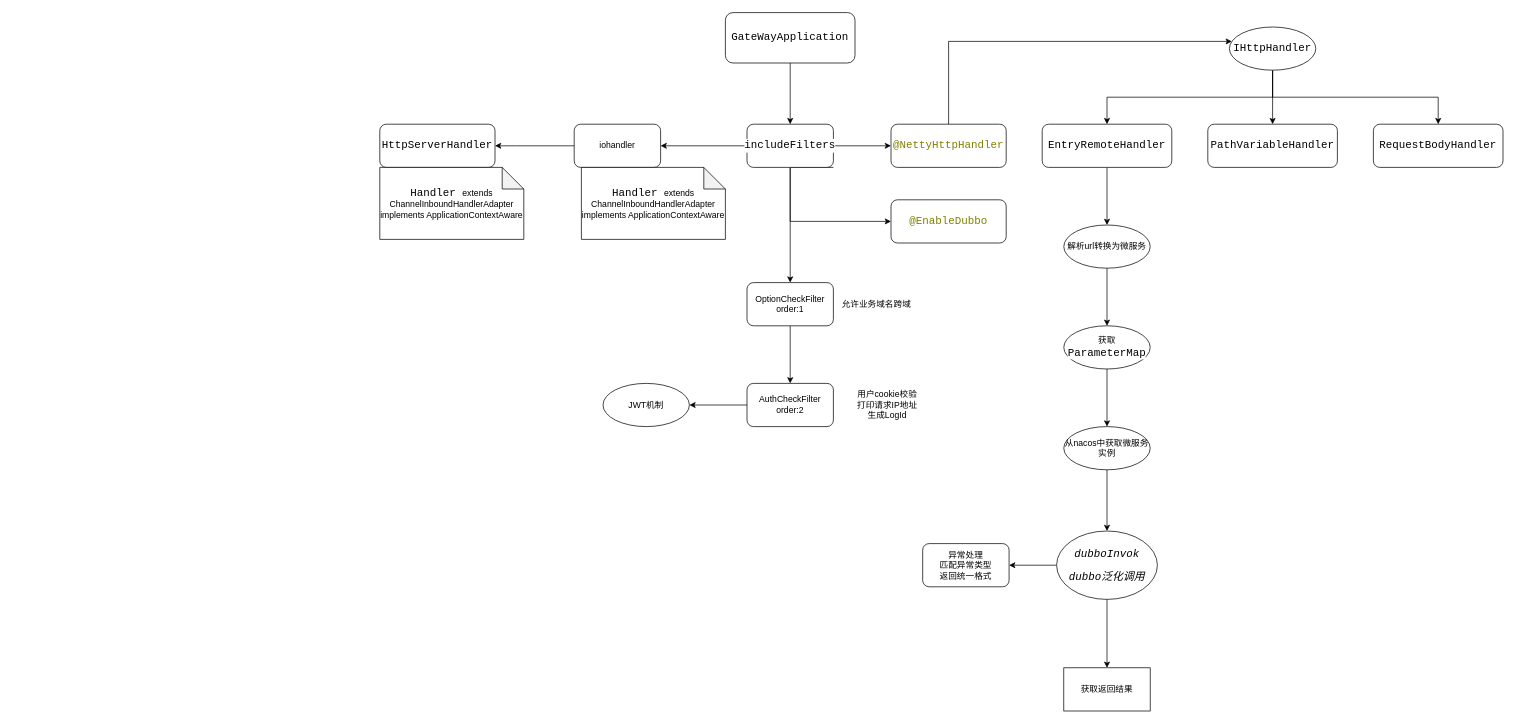
Before: netty gateway.drawio in kojon/draw, a draw.io diagram. Source tidied: cells renumbered, new cells numbered last; positions are measured from the earlier drawing's top-left corner, leaving out a move shared by most shapes. Both pictures are drawn from the tidied source at 72%, with x=0, y=0 at pixel (379, 12).
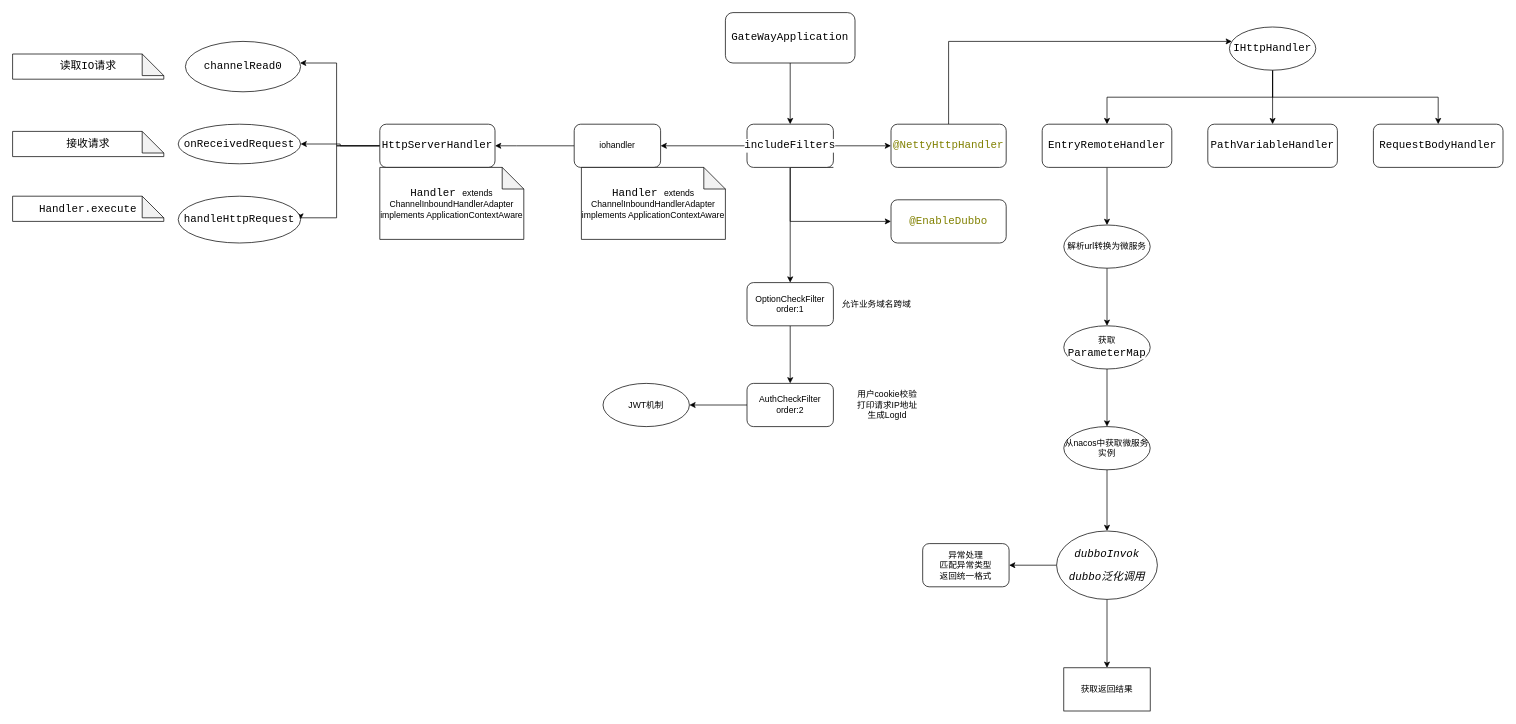
Above is the later version.

The change refers to these unchanged cells:
```xml
<mxCell id="40" value="&lt;pre style=&quot;background-color: rgb(255 , 255 , 255) ; font-family: &amp;#34;jetbrains mono&amp;#34; , monospace ; font-size: 11.3pt&quot;&gt;HttpServerHandler&lt;/pre&gt;" style="whiteSpace=wrap;html=1;rounded=1;" parent="1" vertex="1">
  <mxGeometry y="155" width="160" height="60" as="geometry" />
</mxCell>
```

The edit, as a diff of the source:
```diff
@@
+    <mxCell id="43" style="edgeStyle=orthogonalEdgeStyle;rounded=0;jettySize=auto;html=1;" parent="1" edge="1" source="40" target="46">
+      <mxGeometry relative="1" as="geometry">
+        <Array as="points">
+          <mxPoint x="-60" y="185" />
+          <mxPoint x="-60" y="70" />
+        </Array>
+      </mxGeometry>
+    </mxCell>
+    <mxCell id="44" style="edgeStyle=orthogonalEdgeStyle;rounded=0;jettySize=auto;html=1;exitX=0;exitY=0.5;exitDx=0;exitDy=0;entryX=1;entryY=0.5;entryDx=0;entryDy=0;" parent="1" edge="1" source="40" target="47">
+      <mxGeometry relative="1" as="geometry" />
+    </mxCell>
+    <mxCell id="45" style="edgeStyle=orthogonalEdgeStyle;rounded=0;jettySize=auto;html=1;exitX=0;exitY=0.5;exitDx=0;exitDy=0;entryX=1;entryY=0.5;entryDx=0;entryDy=0;" parent="1" edge="1" source="40" target="48">
+      <mxGeometry relative="1" as="geometry">
+        <Array as="points">
+          <mxPoint x="-60" y="185" />
+          <mxPoint x="-60" y="285" />
+        </Array>
+      </mxGeometry>
+    </mxCell>
@@
+    <mxCell id="46" value="&lt;pre style=&quot;background-color: rgb(255 , 255 , 255) ; font-family: &amp;#34;jetbrains mono&amp;#34; , monospace ; font-size: 11.3pt&quot;&gt;channelRead0&lt;/pre&gt;" style="ellipse;whiteSpace=wrap;html=1;rounded=1;" parent="1" vertex="1">
+      <mxGeometry x="-270" y="40" width="160" height="70" as="geometry" />
+    </mxCell>
+    <mxCell id="47" value="&lt;pre style=&quot;background-color: rgb(255 , 255 , 255) ; font-family: &amp;#34;jetbrains mono&amp;#34; , monospace ; font-size: 11.3pt&quot;&gt;&lt;pre style=&quot;font-family: &amp;#34;jetbrains mono&amp;#34; , monospace ; font-size: 11.3pt&quot;&gt;onReceivedRequest&lt;/pre&gt;&lt;/pre&gt;" style="ellipse;whiteSpace=wrap;html=1;rounded=1;" parent="1" vertex="1">
+      <mxGeometry x="-280" y="155" width="170" height="55" as="geometry" />
+    </mxCell>
+    <mxCell id="48" value="&lt;pre style=&quot;background-color: rgb(255 , 255 , 255) ; font-family: &amp;#34;jetbrains mono&amp;#34; , monospace ; font-size: 11.3pt&quot;&gt;&lt;pre style=&quot;font-family: &amp;#34;jetbrains mono&amp;#34; , monospace ; font-size: 11.3pt&quot;&gt;handleHttpRequest&lt;/pre&gt;&lt;/pre&gt;" style="ellipse;whiteSpace=wrap;html=1;rounded=1;" parent="1" vertex="1">
+      <mxGeometry x="-280" y="255" width="170" height="65" as="geometry" />
+    </mxCell>
+    <mxCell id="49" value="&lt;pre style=&quot;background-color: rgb(255 , 255 , 255) ; font-family: &amp;#34;jetbrains mono&amp;#34; , monospace ; font-size: 11.3pt&quot;&gt;Handler.execute&lt;/pre&gt;" style="shape=note;whiteSpace=wrap;html=1;backgroundOutline=1;darkOpacity=0.05;" parent="1" vertex="1">
+      <mxGeometry x="-510" y="255" width="210" height="35" as="geometry" />
+    </mxCell>
+    <mxCell id="50" value="&lt;pre style=&quot;background-color: rgb(255 , 255 , 255) ; font-family: &amp;#34;jetbrains mono&amp;#34; , monospace ; font-size: 11.3pt&quot;&gt;接收请求&lt;/pre&gt;" style="shape=note;whiteSpace=wrap;html=1;backgroundOutline=1;darkOpacity=0.05;" parent="1" vertex="1">
+      <mxGeometry x="-510" y="165" width="210" height="35" as="geometry" />
+    </mxCell>
+    <mxCell id="51" value="&lt;pre style=&quot;background-color: rgb(255 , 255 , 255) ; font-family: &amp;#34;jetbrains mono&amp;#34; , monospace ; font-size: 11.3pt&quot;&gt;读取IO请求&lt;/pre&gt;" style="shape=note;whiteSpace=wrap;html=1;backgroundOutline=1;darkOpacity=0.05;" parent="1" vertex="1">
+      <mxGeometry x="-510" y="57.5" width="210" height="35" as="geometry" />
+    </mxCell>
```
